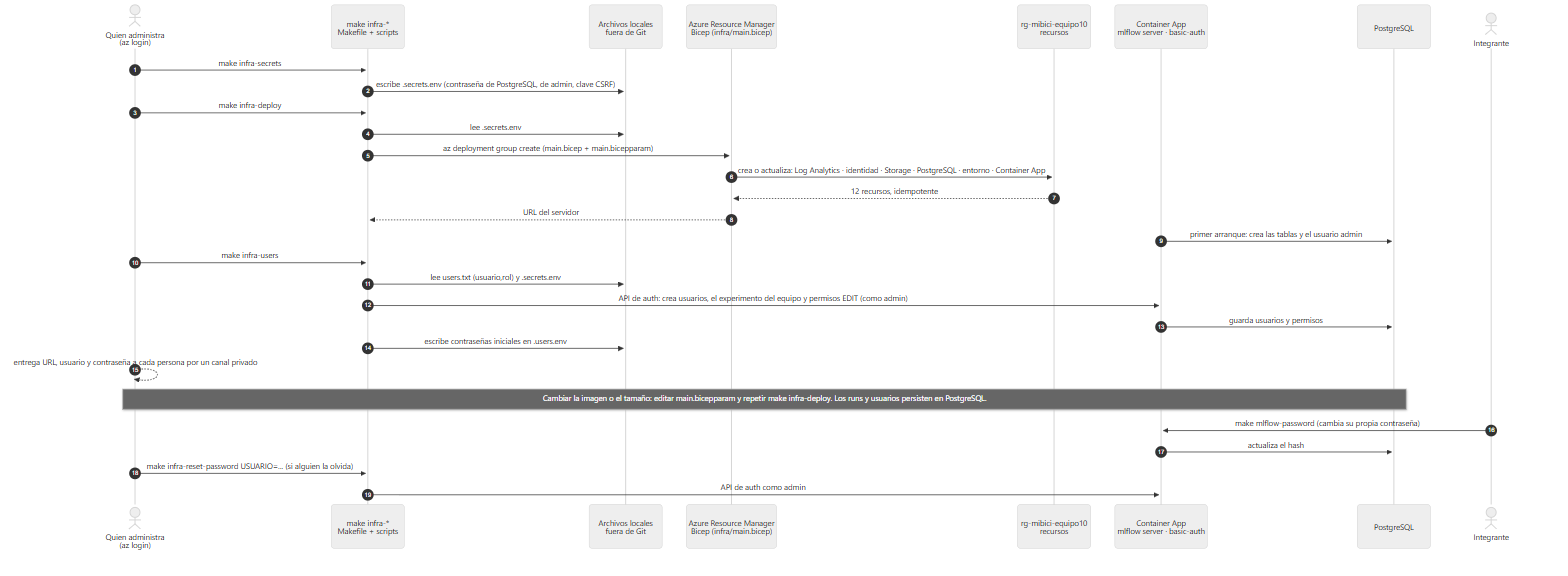
Earlier version of the Mermaid export references/infraestructura_nube_despliegue.png (WillSagzz/TC5061-Proyecto-Equipo10). Its source is kept beside it as references/infraestructura_nube_despliegue.mmd.
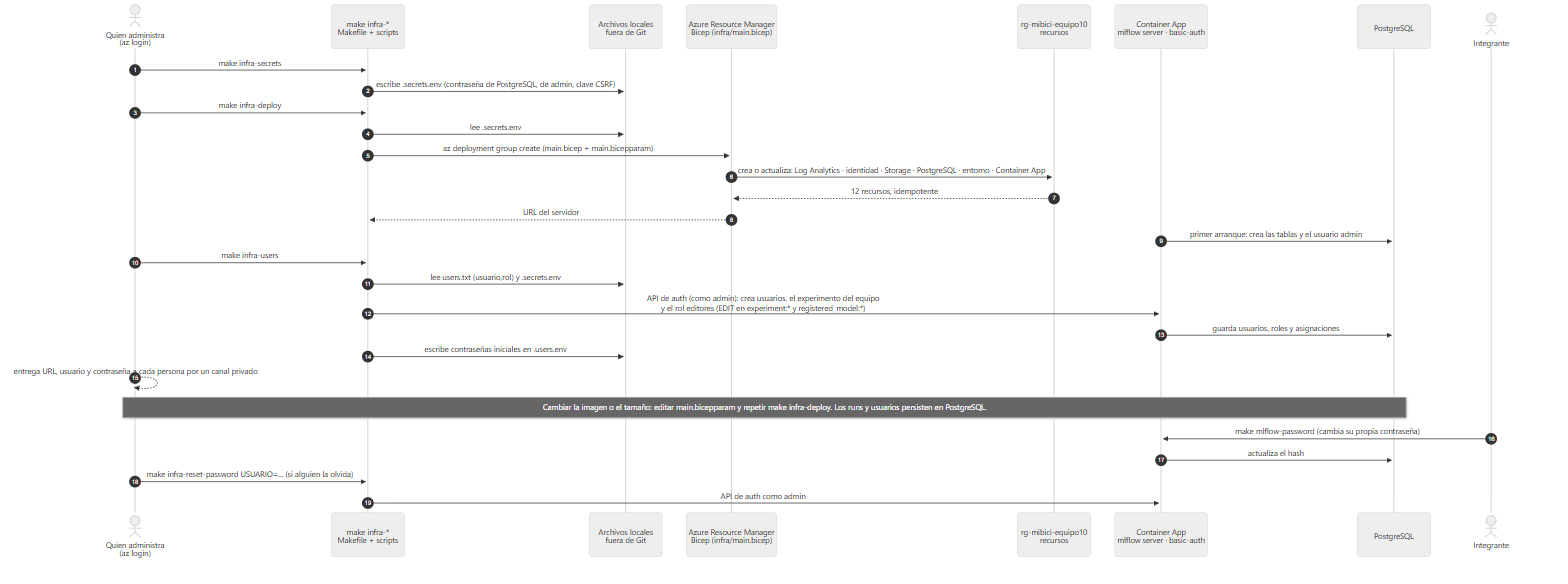
The same diagram one commit later.

Commit message:
feat(infra): da la edición por rol con comodín para no repetir permisos por experimento

What changed in the source:
```diff
@@ -19,8 +19,8 @@
   App->>PG: primer arranque: crea las tablas y el usuario admin
   Admin->>Make: make infra-users
   Make->>Local: lee users.txt (usuario,rol) y .secrets.env
-  Make->>App: API de auth: crea usuarios, el experimento del equipo y permisos EDIT (como admin)
-  App->>PG: guarda usuarios y permisos
+  Make->>App: API de auth (como admin): crea usuarios, el experimento del equipo<br/>y el rol editores (EDIT en experiment:* y registered_model:*)
+  App->>PG: guarda usuarios, roles y asignaciones
   Make->>Local: escribe contraseñas iniciales en .users.env
   Admin-->>Admin: entrega URL, usuario y contraseña a cada persona por un canal privado
 
```
